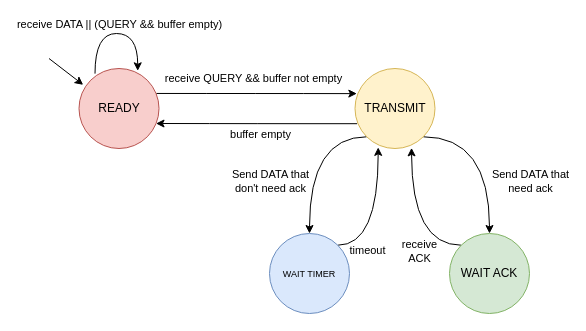
Above: memoire/res/pictures/src/loramac-loraroot-state.drawio in ArnaudPalgen/ma2_memoire (draw.io), before the change. Source tidied: cells renumbered, new cells numbered last; positions are measured from the earlier drawing's top-left corner, leaving out a move shared by most shapes. Both pictures are drawn from the tidied source at 100%, with x=0, y=0 at pixel (49, 33).
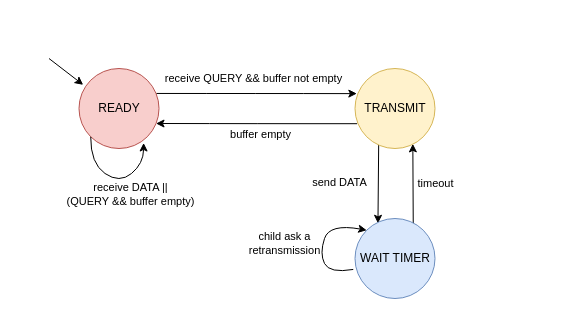
The same page after the edit.

Unchanged cells that the change refers to:
```xml
<mxCell id="4" value="READY" style="ellipse;whiteSpace=wrap;html=1;fillColor=#f8cecc;strokeColor=#b85450;" parent="1" vertex="1">
  <mxGeometry x="29.5" y="35" width="80" height="80" as="geometry" />
</mxCell>
<mxCell id="12" value="TRANSMIT" style="ellipse;whiteSpace=wrap;html=1;fillColor=#fff2cc;strokeColor=#d6b656;" parent="1" vertex="1">
  <mxGeometry x="305.5" y="35" width="80" height="80" as="geometry" />
</mxCell>
```

The edit, as a diff of the source:
```diff
@@
-    <mxCell id="6" style="rounded=0;orthogonalLoop=1;jettySize=auto;html=1;entryX=0.2;entryY=0.064;entryDx=0;entryDy=0;edgeStyle=orthogonalEdgeStyle;curved=1;entryPerimeter=0;exitX=0.734;exitY=0.029;exitDx=0;exitDy=0;exitPerimeter=0;endArrow=none;endFill=0;startArrow=classic;startFill=1;" parent="1" edge="1" source="4" target="4">
-      <mxGeometry relative="1" as="geometry">
-        <Array as="points">
-          <mxPoint x="88.5" />
-          <mxPoint x="45.5" />
-        </Array>
-      </mxGeometry>
-    </mxCell>
-    <mxCell id="7" value="receive DATA || (QUERY &amp;amp;&amp;amp; buffer empty)" style="edgeLabel;html=1;align=center;verticalAlign=middle;" parent="6" vertex="1">
-      <mxGeometry x="-0.2" y="6" relative="1" as="geometry">
-        <mxPoint x="-8" y="-16" as="offset" />
-      </mxGeometry>
-    </mxCell>
-    <mxCell id="8" style="edgeStyle=orthogonalEdgeStyle;curved=1;rounded=0;jettySize=auto;html=1;exitX=1;exitY=1;exitDx=0;exitDy=0;entryX=0.5;entryY=0;entryDx=0;entryDy=0;" parent="1" edge="1" source="12" target="20">
-      <mxGeometry relative="1" as="geometry" />
-    </mxCell>
-    <mxCell id="9" value="Send DATA that&lt;br&gt;need ack" style="edgeLabel;html=1;align=center;verticalAlign=middle;" parent="8" vertex="1">
-      <mxGeometry x="0.21" y="-11" relative="1" as="geometry">
-        <mxPoint x="51" y="11" as="offset" />
-      </mxGeometry>
-    </mxCell>
-    <mxCell id="10" style="edgeStyle=orthogonalEdgeStyle;curved=1;rounded=0;jettySize=auto;html=1;exitX=0;exitY=1;exitDx=0;exitDy=0;entryX=0.5;entryY=0;entryDx=0;entryDy=0;" parent="1" edge="1" source="12" target="17">
+    <mxCell id="10" style="rounded=0;jettySize=auto;html=1;exitX=0.296;exitY=0.944;exitDx=0;exitDy=0;entryX=0.287;entryY=0.06;entryDx=0;entryDy=0;entryPerimeter=0;exitPerimeter=0;" parent="1" edge="1" source="12" target="17">
       <mxGeometry relative="1" as="geometry" />
     </mxCell>
-    <mxCell id="11" value="Send DATA that&lt;br&gt;don't need ack" style="edgeLabel;html=1;align=center;verticalAlign=middle;" parent="10" vertex="1">
+    <mxCell id="11" value="send DATA" style="edgeLabel;html=1;align=center;verticalAlign=middle;" parent="10" vertex="1">
       <mxGeometry x="0.28" y="6" relative="1" as="geometry">
-        <mxPoint x="-46" y="2" as="offset" />
+        <mxPoint x="-45" y="-13" as="offset" />
       </mxGeometry>
     </mxCell>
@@
-    <mxCell id="15" style="edgeStyle=orthogonalEdgeStyle;curved=1;rounded=0;jettySize=auto;html=1;exitX=1;exitY=0;exitDx=0;exitDy=0;entryX=0.29;entryY=0.986;entryDx=0;entryDy=0;entryPerimeter=0;" parent="1" edge="1" source="17" target="12">
+    <mxCell id="15" style="rounded=0;jettySize=auto;html=1;exitX=0.728;exitY=0.06;exitDx=0;exitDy=0;entryX=0.723;entryY=0.942;entryDx=0;entryDy=0;entryPerimeter=0;exitPerimeter=0;" parent="1" edge="1" source="17" target="12">
       <mxGeometry relative="1" as="geometry" />
     </mxCell>
     <mxCell id="16" value="timeout" style="edgeLabel;html=1;align=center;verticalAlign=middle;" parent="15" vertex="1">
       <mxGeometry x="-0.65" y="14" relative="1" as="geometry">
-        <mxPoint x="5" y="19" as="offset" />
+        <mxPoint x="36" y="-26" as="offset" />
       </mxGeometry>
     </mxCell>
-    <mxCell id="17" value="&lt;font style=&quot;font-size: 9px&quot;&gt;WAIT TIMER&lt;/font&gt;" style="ellipse;whiteSpace=wrap;html=1;fillColor=#dae8fc;strokeColor=#6c8ebf;" parent="1" vertex="1">
-      <mxGeometry x="220" y="200" width="80" height="80" as="geometry" />
+    <mxCell id="17" value="&lt;font style=&quot;font-size: 12px&quot;&gt;WAIT TIMER&lt;/font&gt;" style="ellipse;whiteSpace=wrap;html=1;fillColor=#dae8fc;strokeColor=#6c8ebf;" parent="1" vertex="1">
+      <mxGeometry x="305.5" y="185" width="80" height="80" as="geometry" />
     </mxCell>
-    <mxCell id="18" style="edgeStyle=orthogonalEdgeStyle;curved=1;rounded=0;jettySize=auto;html=1;exitX=0;exitY=0;exitDx=0;exitDy=0;entryX=0.707;entryY=0.992;entryDx=0;entryDy=0;entryPerimeter=0;" parent="1" edge="1" source="20" target="12">
-      <mxGeometry relative="1" as="geometry" />
-    </mxCell>
-    <mxCell id="19" value="receive&lt;br&gt;ACK" style="edgeLabel;html=1;align=center;verticalAlign=middle;" parent="18" vertex="1">
-      <mxGeometry x="-0.67" y="-7" relative="1" as="geometry">
-        <mxPoint x="-18" y="13" as="offset" />
-      </mxGeometry>
-    </mxCell>
-    <mxCell id="20" value="WAIT ACK" style="ellipse;whiteSpace=wrap;html=1;fillColor=#d5e8d4;strokeColor=#82b366;" parent="1" vertex="1">
-      <mxGeometry x="400" y="200" width="80" height="80" as="geometry" />
-    </mxCell>
+    <mxCell id="6" style="curved=1;endArrow=classic;html=1;entryX=0.808;entryY=0.931;entryDx=0;entryDy=0;entryPerimeter=0;exitX=0;exitY=1;exitDx=0;exitDy=0;" parent="1" edge="1" source="4" target="4">
+      <mxGeometry relative="1" as="geometry">
+        <Array as="points">
+          <mxPoint x="41" y="130" />
+          <mxPoint x="70" y="150" />
+          <mxPoint x="94" y="130" />
+        </Array>
+      </mxGeometry>
+    </mxCell>
+    <mxCell id="7" value="receive DATA ||&lt;br&gt;(QUERY &amp;amp;&amp;amp; buffer empty)" style="edgeLabel;html=1;align=center;verticalAlign=middle;" parent="6" vertex="1">
+      <mxGeometry x="0.92" y="1" relative="1" as="geometry">
+        <mxPoint x="-13" y="46" as="offset" />
+      </mxGeometry>
+    </mxCell>
+    <mxCell id="21" style="curved=1;endArrow=classic;html=1;entryX=0;entryY=0;entryDx=0;entryDy=0;exitX=-0.022;exitY=0.637;exitDx=0;exitDy=0;exitPerimeter=0;" parent="1" edge="1" source="17" target="17">
+      <mxGeometry relative="1" as="geometry">
+        <Array as="points">
+          <mxPoint x="280" y="240" />
+          <mxPoint x="270" y="220" />
+          <mxPoint x="280" y="190" />
+        </Array>
+      </mxGeometry>
+    </mxCell>
+    <mxCell id="22" value="child ask a&lt;br&gt;retransmission" style="edgeLabel;html=1;align=center;verticalAlign=middle;" parent="21" vertex="1">
+      <mxGeometry x="0.91" y="2" relative="1" as="geometry">
+        <mxPoint x="-78" y="16" as="offset" />
+      </mxGeometry>
+    </mxCell>
```
